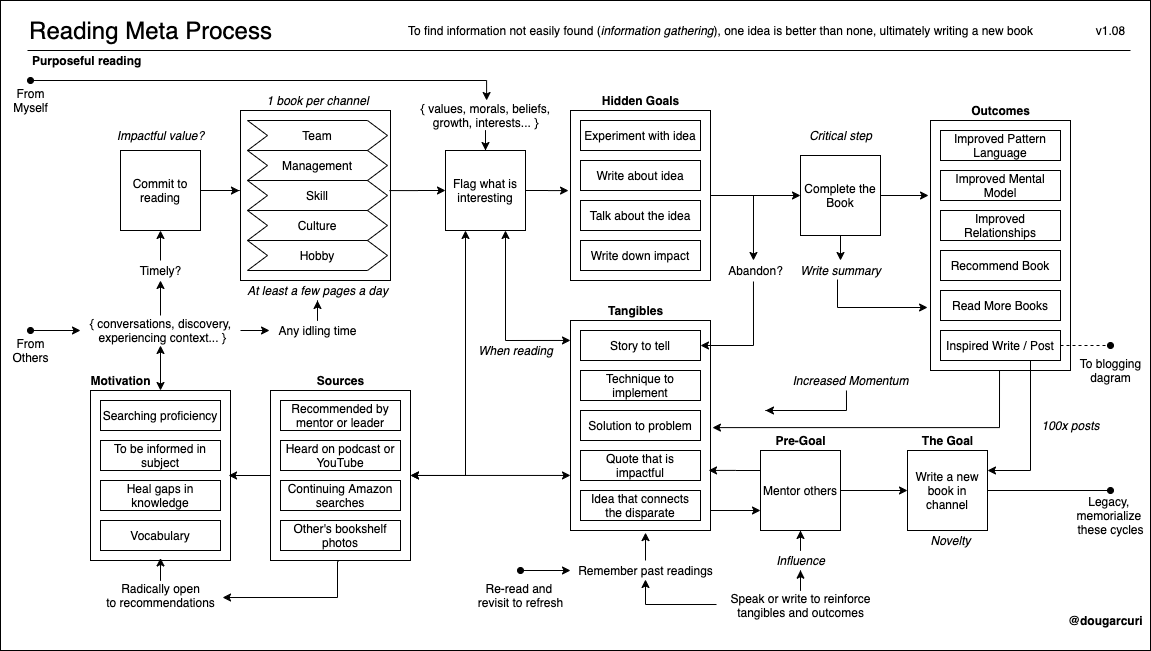
solidi/learning-notes keeps this draw.io diagram as books/diagrams/reading-process.png. Above is the earlier version. Source tidied: cells renumbered, new cells last; positions are measured from the earlier drawing's top-left corner, leaving out a move shared by most shapes.
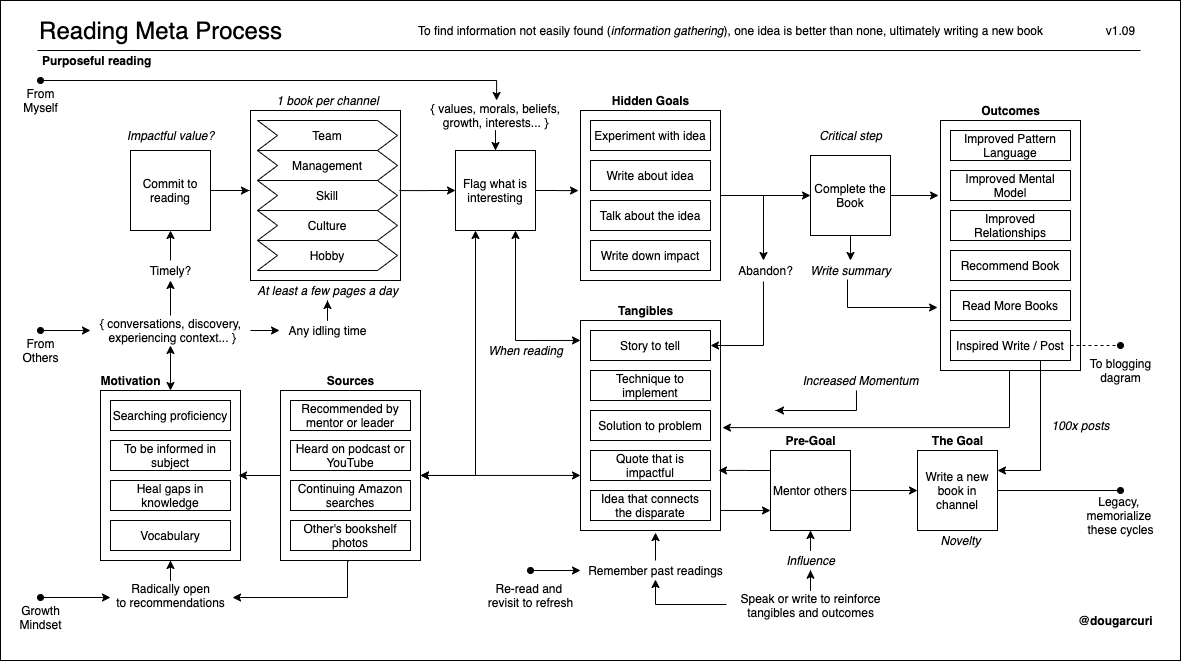
Above is the later version.

Commit message:
Add growth mindset to the reading diagram

The edit, as a diff of the source:
```diff
@@ -3,7 +3,7 @@
     <mxCell id="0" />
     <mxCell id="1" parent="0" />
     <mxCell id="2" style="rounded=0;whiteSpace=wrap;html=1;fillColor=none;" parent="1" vertex="1">
-      <mxGeometry width="1150" height="650" as="geometry" />
+      <mxGeometry x="-10" width="1180" height="660" as="geometry" />
     </mxCell>
     <mxCell id="3" style="verticalLabelPosition=bottom;verticalAlign=top;html=1;shape=mxgraph.basic.rect;fillColor2=none;strokeWidth=1;size=20;indent=5;fillColor=none;" parent="1" vertex="1">
       <mxGeometry x="240" y="110" width="150" height="170" as="geometry" />
@@ -64,7 +64,7 @@
     <mxCell id="20" value="Write about idea" style="rounded=0;whiteSpace=wrap;html=1;" parent="1" vertex="1">
       <mxGeometry x="580" y="160" width="120" height="30" as="geometry" />
     </mxCell>
-    <mxCell id="21" value="v1.08" style="text;html=1;align=center;verticalAlign=middle;" parent="1" vertex="1">
+    <mxCell id="21" value="v1.09" style="text;html=1;align=center;verticalAlign=middle;" parent="1" vertex="1">
       <mxGeometry x="1090" y="20" width="40" height="20" as="geometry" />
     </mxCell>
     <mxCell id="22" value="&lt;b&gt;@dougarcuri&lt;/b&gt;" style="text;html=1;align=center;verticalAlign=middle;" parent="1" vertex="1">
@@ -85,7 +85,7 @@
     <mxCell id="26" value="&lt;i&gt;At least a few pages a day&lt;/i&gt;" style="text;html=1;align=center;verticalAlign=middle;points=[];" parent="1" vertex="1">
       <mxGeometry x="237" y="280" width="160" height="20" as="geometry" />
     </mxCell>
-    <mxCell id="27" style="edgeStyle=orthogonalEdgeStyle;rounded=0;jettySize=auto;html=1;entryX=0.5;entryY=0.985;entryDx=0;entryDy=0;entryPerimeter=0;startArrow=none;startFill=0;endArrow=classic;endFill=1;" parent="1" edge="1" source="28" target="6">
+    <mxCell id="27" style="edgeStyle=orthogonalEdgeStyle;rounded=0;jettySize=auto;html=1;" parent="1" edge="1" source="28" target="6">
       <mxGeometry relative="1" as="geometry" />
     </mxCell>
     <mxCell id="28" value="Radically open&lt;br&gt;to recommendations" style="text;html=1;align=center;verticalAlign=middle;points=[];" parent="1" vertex="1">
@@ -379,5 +379,14 @@
     <mxCell id="113" value="To blogging&lt;br&gt;dagram" style="text;html=1;align=center;verticalAlign=middle;" parent="1" vertex="1">
       <mxGeometry x="1070" y="355" width="80" height="30" as="geometry" />
     </mxCell>
+    <mxCell id="114" style="edgeStyle=orthogonalEdgeStyle;rounded=0;orthogonalLoop=1;jettySize=auto;html=1;startArrow=classic;startFill=1;endArrow=oval;endFill=1;" parent="1" edge="1">
+      <mxGeometry relative="1" as="geometry">
+        <mxPoint x="100" y="597" as="sourcePoint" />
+        <mxPoint x="30" y="597" as="targetPoint" />
+      </mxGeometry>
+    </mxCell>
+    <mxCell id="115" value="Growth&lt;br&gt;Mindset" style="text;html=1;align=center;verticalAlign=middle;" parent="1" vertex="1">
+      <mxGeometry y="602" width="60" height="30" as="geometry" />
+    </mxCell>
   </root>
 </mxGraphModel>
```
